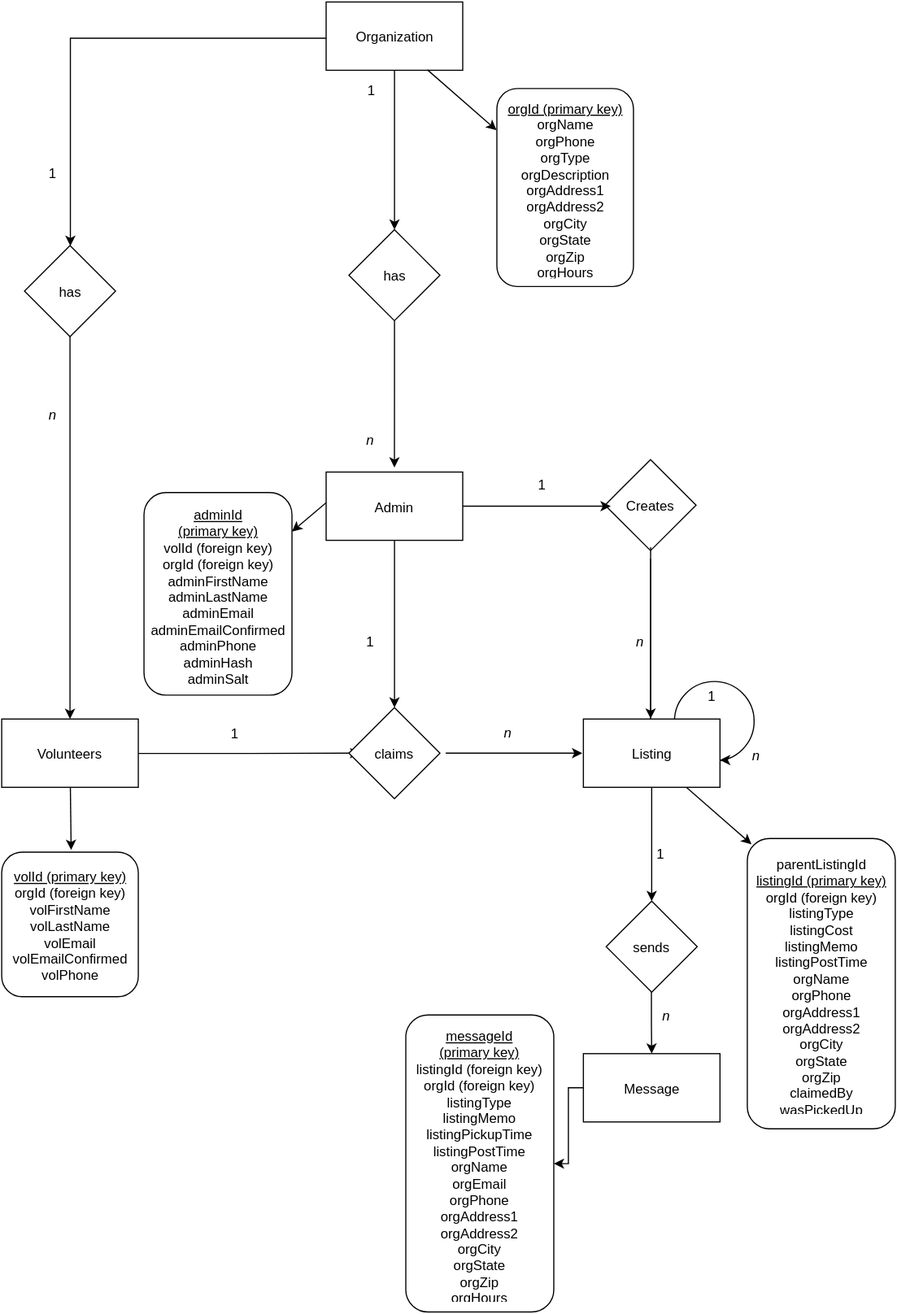
Above: public_html/documentation/image/erd-simple-2.svg in brbrown59/bread-basket (draw.io), before the change. Source tidied: cells renumbered, new cells last; positions are measured from the earlier drawing's top-left corner, leaving out a move shared by most shapes.
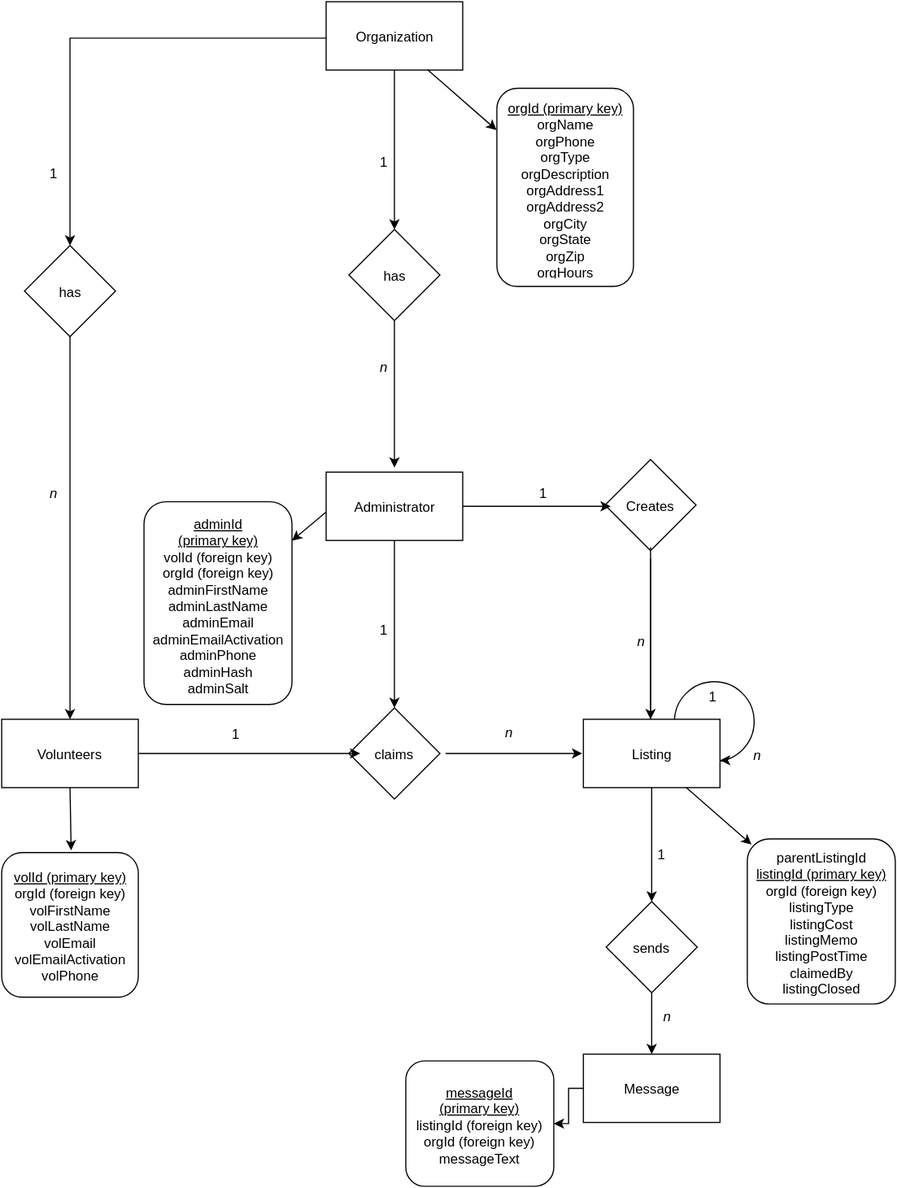
Later version of the same file.

Commit message:
Revised ERD with scrum.

Change to the diagram source:
```diff
@@ -16,11 +16,6 @@
         </Array>
       </mxGeometry>
     </mxCell>
-    <mxCell id="5" style="edgeStyle=orthogonalEdgeStyle;rounded=0;html=1;exitX=1;exitY=0.5;" parent="1" edge="1" source="8">
-      <mxGeometry relative="1" as="geometry">
-        <mxPoint x="315" y="660" as="targetPoint" />
-      </mxGeometry>
-    </mxCell>
     <mxCell id="6" style="edgeStyle=orthogonalEdgeStyle;rounded=0;html=1;" parent="1" edge="1" source="7" target="8">
       <mxGeometry relative="1" as="geometry" />
     </mxCell>
@@ -78,7 +73,7 @@
       <mxGeometry x="25" y="140" width="40" height="20" as="geometry" />
     </mxCell>
     <mxCell id="22" value="&lt;i&gt;n&lt;/i&gt;" style="text;html=1;strokeColor=none;fillColor=none;align=center;verticalAlign=middle;whiteSpace=wrap;overflow=hidden;" parent="1" vertex="1">
-      <mxGeometry x="25" y="352" width="40" height="20" as="geometry" />
+      <mxGeometry x="25" y="421" width="40" height="20" as="geometry" />
     </mxCell>
     <mxCell id="23" style="edgeStyle=orthogonalEdgeStyle;rounded=0;html=1;startArrow=none;startFill=0;endArrow=classic;endFill=1;" parent="1" edge="1" source="42">
       <mxGeometry relative="1" as="geometry">
@@ -114,14 +109,14 @@
     <mxCell id="29" value="&lt;div style=&quot;text-align: left&quot;&gt;&lt;div style=&quot;text-align: center&quot;&gt;&lt;span style=&quot;line-height: 1.2&quot;&gt;&lt;u&gt;orgId (primary key)&lt;/u&gt;&lt;/span&gt;&lt;br&gt;&lt;span style=&quot;line-height: 1.2&quot;&gt;orgName&lt;/span&gt;&lt;br&gt;&lt;span style=&quot;line-height: 1.2&quot;&gt;orgPhone&lt;/span&gt;&lt;br&gt;&lt;span style=&quot;line-height: 1.2&quot;&gt;orgType&lt;/span&gt;&lt;br&gt;&lt;span style=&quot;line-height: 1.2&quot;&gt;orgDescription&lt;/span&gt;&lt;br&gt;&lt;span style=&quot;line-height: 1.2&quot;&gt;orgAddress1&lt;/span&gt;&lt;br&gt;&lt;span style=&quot;line-height: 1.2&quot;&gt;orgAddress2&lt;/span&gt;&lt;br&gt;&lt;span style=&quot;line-height: 1.2&quot;&gt;orgCity&lt;/span&gt;&lt;br&gt;&lt;span style=&quot;line-height: 1.2&quot;&gt;orgState&lt;/span&gt;&lt;br&gt;&lt;span style=&quot;line-height: 1.2&quot;&gt;orgZip&lt;/span&gt;&lt;br&gt;&lt;span style=&quot;line-height: 1.2&quot;&gt;orgHours&lt;/span&gt;&lt;br&gt;&lt;/div&gt;&lt;/div&gt;" style="rounded=1;whiteSpace=wrap;html=1;" parent="1" vertex="1">
       <mxGeometry x="435" y="76" width="120" height="174" as="geometry" />
     </mxCell>
-    <mxCell id="30" value="&lt;u&gt;&lt;span style=&quot;line-height: 1.2&quot;&gt;volId (primary key)&lt;/span&gt;&lt;br&gt;&lt;/u&gt;&lt;span style=&quot;line-height: 1.2&quot;&gt;orgId (foreign key)&lt;/span&gt;&lt;br&gt;&lt;span style=&quot;line-height: 1.2&quot;&gt;volFirstName&lt;/span&gt;&lt;br&gt;&lt;span style=&quot;line-height: 1.2&quot;&gt;volLastName&lt;/span&gt;&lt;br&gt;&lt;span style=&quot;line-height: 1.2&quot;&gt;volEmail&lt;/span&gt;&lt;br&gt;&lt;span style=&quot;line-height: 1.2&quot;&gt;volEmailConfirmed&lt;/span&gt;&lt;br&gt;&lt;span style=&quot;line-height: 1.2&quot;&gt;volPhone&lt;/span&gt;&lt;br&gt;" style="rounded=1;whiteSpace=wrap;html=1;" parent="1" vertex="1">
+    <mxCell id="30" value="&lt;u&gt;&lt;span style=&quot;line-height: 1.2&quot;&gt;volId (primary key)&lt;/span&gt;&lt;br&gt;&lt;/u&gt;&lt;span style=&quot;line-height: 1.2&quot;&gt;orgId (foreign key)&lt;/span&gt;&lt;br&gt;&lt;span style=&quot;line-height: 1.2&quot;&gt;volFirstName&lt;/span&gt;&lt;br&gt;&lt;span style=&quot;line-height: 1.2&quot;&gt;volLastName&lt;/span&gt;&lt;br&gt;&lt;span style=&quot;line-height: 1.2&quot;&gt;volEmail&lt;/span&gt;&lt;br&gt;&lt;span style=&quot;line-height: 1.2&quot;&gt;volEmailActivation&lt;/span&gt;&lt;br&gt;&lt;span style=&quot;line-height: 1.2&quot;&gt;volPhone&lt;/span&gt;&lt;br&gt;" style="rounded=1;whiteSpace=wrap;html=1;" parent="1" vertex="1">
       <mxGeometry y="747" width="120" height="127" as="geometry" />
     </mxCell>
-    <mxCell id="31" value="&lt;div style=&quot;text-align: left&quot;&gt;&lt;div style=&quot;text-align: center&quot;&gt;&lt;span style=&quot;line-height: 1.2&quot;&gt;parentListingId&lt;/span&gt;&lt;br&gt;&lt;u&gt;&lt;span style=&quot;line-height: 1.2&quot;&gt;listingId (primary key)&lt;/span&gt;&lt;br&gt;&lt;/u&gt;&lt;span style=&quot;line-height: 1.2&quot;&gt;orgId (foreign key)&lt;/span&gt;&lt;br&gt;&lt;span style=&quot;line-height: 1.2&quot;&gt;listingType&lt;/span&gt;&lt;br&gt;&lt;span style=&quot;line-height: 1.2&quot;&gt;listingCost&lt;/span&gt;&lt;br&gt;&lt;span style=&quot;line-height: 1.2&quot;&gt;listingMemo&lt;/span&gt;&lt;br&gt;&lt;span style=&quot;line-height: 1.2&quot;&gt;listingPostTime&lt;/span&gt;&lt;br&gt;&lt;span style=&quot;line-height: 1.2&quot;&gt;orgName&lt;/span&gt;&lt;br&gt;&lt;span style=&quot;line-height: 1.2&quot;&gt;orgPhone&lt;/span&gt;&lt;br&gt;&lt;span style=&quot;line-height: 1.2&quot;&gt;orgAddress1&lt;/span&gt;&lt;br&gt;&lt;span style=&quot;line-height: 1.2&quot;&gt;orgAddress2&lt;/span&gt;&lt;br&gt;&lt;span style=&quot;line-height: 1.2&quot;&gt;orgCity&lt;/span&gt;&lt;br&gt;&lt;span style=&quot;line-height: 1.2&quot;&gt;orgState&lt;/span&gt;&lt;br&gt;&lt;span style=&quot;line-height: 1.2&quot;&gt;orgZip&lt;/span&gt;&lt;br&gt;&lt;span style=&quot;line-height: 1.2&quot;&gt;claimedBy&lt;/span&gt;&lt;br&gt;&lt;span style=&quot;line-height: 1.2&quot;&gt;wasPickedUp&lt;/span&gt;&lt;br&gt;&lt;/div&gt;&lt;/div&gt;" style="rounded=1;whiteSpace=wrap;html=1;" parent="1" vertex="1">
-      <mxGeometry x="655" y="735" width="130" height="255" as="geometry" />
+    <mxCell id="31" value="&lt;div style=&quot;text-align: left&quot;&gt;&lt;div style=&quot;text-align: center&quot;&gt;&lt;span style=&quot;line-height: 1.2&quot;&gt;parentListingId&lt;/span&gt;&lt;br&gt;&lt;span style=&quot;line-height: 1.2&quot;&gt;&lt;u&gt;listingId (primary key)&lt;/u&gt;&lt;/span&gt;&lt;br&gt;&lt;span style=&quot;line-height: 1.2&quot;&gt;orgId (foreign key)&lt;/span&gt;&lt;br&gt;&lt;span style=&quot;line-height: 1.2&quot;&gt;listingType&lt;/span&gt;&lt;br&gt;&lt;span style=&quot;line-height: 1.2&quot;&gt;listingCost&lt;/span&gt;&lt;br&gt;&lt;span style=&quot;line-height: 1.2&quot;&gt;listingMemo&lt;/span&gt;&lt;br&gt;&lt;span style=&quot;line-height: 1.2&quot;&gt;listingPostTime&lt;/span&gt;&lt;br&gt;&lt;span style=&quot;line-height: 1.2&quot;&gt;claimedBy&lt;/span&gt;&lt;br&gt;&lt;span style=&quot;line-height: 1.2&quot;&gt;listingClosed&lt;/span&gt;&lt;br&gt;&lt;/div&gt;&lt;/div&gt;" style="rounded=1;whiteSpace=wrap;html=1;" parent="1" vertex="1">
+      <mxGeometry x="655" y="735" width="130" height="145" as="geometry" />
     </mxCell>
-    <mxCell id="32" value="&lt;span style=&quot;line-height: 1.2&quot;&gt;&lt;u&gt;messageId &lt;br&gt;(primary key)&lt;/u&gt;&lt;/span&gt;&lt;br&gt;&lt;span style=&quot;line-height: 1.2&quot;&gt;listingId (foreign key)&lt;/span&gt;&lt;br&gt;&lt;span style=&quot;line-height: 1.2&quot;&gt;orgId (foreign key)&lt;/span&gt;&lt;br&gt;&lt;span style=&quot;line-height: 1.2&quot;&gt;listingType&lt;/span&gt;&lt;br&gt;&lt;span style=&quot;line-height: 1.2&quot;&gt;listingMemo&lt;/span&gt;&lt;br&gt;&lt;span style=&quot;line-height: 1.2&quot;&gt;listingPickupTime&lt;/span&gt;&lt;br&gt;&lt;span style=&quot;line-height: 1.2&quot;&gt;listingPostTime&lt;/span&gt;&lt;br&gt;&lt;span style=&quot;line-height: 1.2&quot;&gt;orgName&lt;/span&gt;&lt;br&gt;&lt;span style=&quot;line-height: 1.2&quot;&gt;orgEmail&lt;/span&gt;&lt;br&gt;&lt;span style=&quot;line-height: 1.2&quot;&gt;orgPhone&lt;/span&gt;&lt;br&gt;&lt;span style=&quot;line-height: 1.2&quot;&gt;orgAddress1&lt;/span&gt;&lt;br&gt;&lt;span style=&quot;line-height: 1.2&quot;&gt;orgAddress2&lt;/span&gt;&lt;br&gt;&lt;span style=&quot;line-height: 1.2&quot;&gt;orgCity&lt;/span&gt;&lt;br&gt;&lt;span style=&quot;line-height: 1.2&quot;&gt;orgState&lt;/span&gt;&lt;br&gt;&lt;span style=&quot;line-height: 1.2&quot;&gt;orgZip&lt;/span&gt;&lt;br&gt;&lt;span style=&quot;line-height: 1.2&quot;&gt;orgHours&lt;/span&gt;&lt;br&gt;" style="rounded=1;whiteSpace=wrap;html=1;" parent="1" vertex="1">
-      <mxGeometry x="355" y="890" width="130" height="261" as="geometry" />
+    <mxCell id="32" value="&lt;span style=&quot;line-height: 1.2&quot;&gt;&lt;u&gt;messageId &lt;br&gt;(primary key)&lt;/u&gt;&lt;/span&gt;&lt;br&gt;&lt;span style=&quot;line-height: 1.2&quot;&gt;listingId (foreign key)&lt;/span&gt;&lt;br&gt;&lt;span style=&quot;line-height: 1.2&quot;&gt;orgId (foreign key)&lt;/span&gt;&lt;br&gt;&lt;span style=&quot;line-height: 1.2&quot;&gt;messageText&lt;/span&gt;&lt;br&gt;" style="rounded=1;whiteSpace=wrap;html=1;" parent="1" vertex="1">
+      <mxGeometry x="355" y="930" width="130" height="110" as="geometry" />
     </mxCell>
     <mxCell id="33" style="edgeStyle=orthogonalEdgeStyle;rounded=0;html=1;startArrow=none;startFill=0;endArrow=classic;endFill=1;" parent="1" edge="1" source="34" target="32">
       <mxGeometry relative="1" as="geometry" />
@@ -137,20 +132,20 @@
         <mxPoint x="535" y="443" as="targetPoint" />
       </mxGeometry>
     </mxCell>
-    <mxCell id="37" value="Admin" style="whiteSpace=wrap;html=1;" parent="1" vertex="1">
+    <mxCell id="37" value="Administrator" style="whiteSpace=wrap;html=1;" parent="1" vertex="1">
       <mxGeometry x="285" y="413" width="120" height="60" as="geometry" />
     </mxCell>
-    <mxCell id="38" value="&lt;div style=&quot;text-align: left&quot;&gt;&lt;div style=&quot;text-align: center&quot;&gt;&lt;span style=&quot;line-height: 1.2&quot;&gt;&lt;u&gt;adminId &lt;br&gt;(primary key)&lt;/u&gt;&lt;/span&gt;&lt;br&gt;&lt;span style=&quot;line-height: 1.2&quot;&gt;volId (foreign key)&lt;/span&gt;&lt;br&gt;&lt;span style=&quot;line-height: 1.2&quot;&gt;orgId (foreign key)&lt;/span&gt;&lt;br&gt;&lt;span style=&quot;line-height: 1.2&quot;&gt;adminFirstName&lt;/span&gt;&lt;br&gt;&lt;span style=&quot;line-height: 1.2&quot;&gt;adminLastName&lt;/span&gt;&lt;br&gt;&lt;span style=&quot;line-height: 1.2&quot;&gt;adminEmail&lt;/span&gt;&lt;br&gt;&lt;span style=&quot;line-height: 1.2&quot;&gt;adminEmailConfirmed&lt;/span&gt;&lt;br&gt;&lt;span style=&quot;line-height: 1.2&quot;&gt;adminPhone&lt;/span&gt;&lt;br&gt;&lt;span style=&quot;line-height: 1.2&quot;&gt;adminHash&lt;/span&gt;&lt;br&gt;&lt;span style=&quot;line-height: 1.2&quot;&gt;adminSalt&lt;/span&gt;&lt;br&gt;&lt;/div&gt;&lt;/div&gt;" style="rounded=1;whiteSpace=wrap;html=1;" parent="1" vertex="1">
-      <mxGeometry x="125" y="431" width="130" height="178" as="geometry" />
+    <mxCell id="38" value="&lt;div style=&quot;text-align: left&quot;&gt;&lt;div style=&quot;text-align: center&quot;&gt;&lt;span style=&quot;line-height: 1.2&quot;&gt;&lt;u&gt;adminId &lt;br&gt;(primary key)&lt;/u&gt;&lt;/span&gt;&lt;br&gt;&lt;span style=&quot;line-height: 1.2&quot;&gt;volId (foreign key)&lt;/span&gt;&lt;br&gt;&lt;span style=&quot;line-height: 1.2&quot;&gt;orgId (foreign key)&lt;/span&gt;&lt;br&gt;&lt;span style=&quot;line-height: 1.2&quot;&gt;adminFirstName&lt;/span&gt;&lt;br&gt;&lt;span style=&quot;line-height: 1.2&quot;&gt;adminLastName&lt;/span&gt;&lt;br&gt;&lt;span style=&quot;line-height: 1.2&quot;&gt;adminEmail&lt;/span&gt;&lt;br&gt;&lt;span style=&quot;line-height: 1.2&quot;&gt;adminEmailActivation&lt;/span&gt;&lt;br&gt;&lt;span style=&quot;line-height: 1.2&quot;&gt;adminPhone&lt;/span&gt;&lt;br&gt;&lt;span style=&quot;line-height: 1.2&quot;&gt;adminHash&lt;/span&gt;&lt;br&gt;&lt;span style=&quot;line-height: 1.2&quot;&gt;adminSalt&lt;/span&gt;&lt;br&gt;&lt;/div&gt;&lt;/div&gt;" style="rounded=1;whiteSpace=wrap;html=1;" parent="1" vertex="1">
+      <mxGeometry x="125" y="439" width="130" height="178" as="geometry" />
     </mxCell>
     <mxCell id="39" value="1" style="text;html=1;strokeColor=none;fillColor=none;align=center;verticalAlign=middle;whiteSpace=wrap;overflow=hidden;" parent="1" vertex="1">
-      <mxGeometry x="455" y="413" width="40" height="20" as="geometry" />
+      <mxGeometry x="455" y="421" width="40" height="20" as="geometry" />
     </mxCell>
     <mxCell id="40" style="endArrow=classic;html=1;exitX=0.5;exitY=1;entryX=0.5;entryY=0;" parent="1" edge="1" source="37" target="10">
       <mxGeometry relative="1" as="geometry" />
     </mxCell>
     <mxCell id="41" value="1" style="text;html=1;strokeColor=none;fillColor=none;align=center;verticalAlign=middle;whiteSpace=wrap;overflow=hidden;" parent="1" vertex="1">
-      <mxGeometry x="305" y="67" width="40" height="20" as="geometry" />
+      <mxGeometry x="315" y="130" width="40" height="20" as="geometry" />
     </mxCell>
     <mxCell id="42" value="has" style="rhombus;whiteSpace=wrap;html=1;" parent="1" vertex="1">
       <mxGeometry x="305" y="200" width="80" height="80" as="geometry" />
@@ -169,10 +164,10 @@
       </mxGeometry>
     </mxCell>
     <mxCell id="45" value="&lt;i&gt;n&lt;/i&gt;" style="text;html=1;strokeColor=none;fillColor=none;align=center;verticalAlign=middle;whiteSpace=wrap;overflow=hidden;" parent="1" vertex="1">
-      <mxGeometry x="304" y="374" width="40" height="20" as="geometry" />
+      <mxGeometry x="315" y="310" width="40" height="20" as="geometry" />
     </mxCell>
     <mxCell id="46" value="1" style="text;html=1;strokeColor=none;fillColor=none;align=center;verticalAlign=middle;whiteSpace=wrap;overflow=hidden;" parent="1" vertex="1">
-      <mxGeometry x="304" y="551" width="40" height="20" as="geometry" />
+      <mxGeometry x="315" y="541" width="40" height="20" as="geometry" />
     </mxCell>
     <mxCell id="47" style="endArrow=classic;html=1;" parent="1" edge="1">
       <mxGeometry x="389" y="69.6" as="geometry">
@@ -182,8 +177,13 @@
     </mxCell>
     <mxCell id="48" style="endArrow=classic;html=1;" parent="1" edge="1" target="38">
       <mxGeometry relative="1" as="geometry">
-        <mxPoint x="285" y="440" as="sourcePoint" />
+        <mxPoint x="285" y="448" as="sourcePoint" />
       </mxGeometry>
     </mxCell>
+    <mxCell id="5" style="edgeStyle=orthogonalEdgeStyle;rounded=0;html=1;exitX=1;exitY=0.5;" parent="1" edge="1" source="8">
+      <mxGeometry relative="1" as="geometry">
+        <mxPoint x="315" y="660" as="targetPoint" />
+      </mxGeometry>
+    </mxCell>
   </root>
 </mxGraphModel>
```
